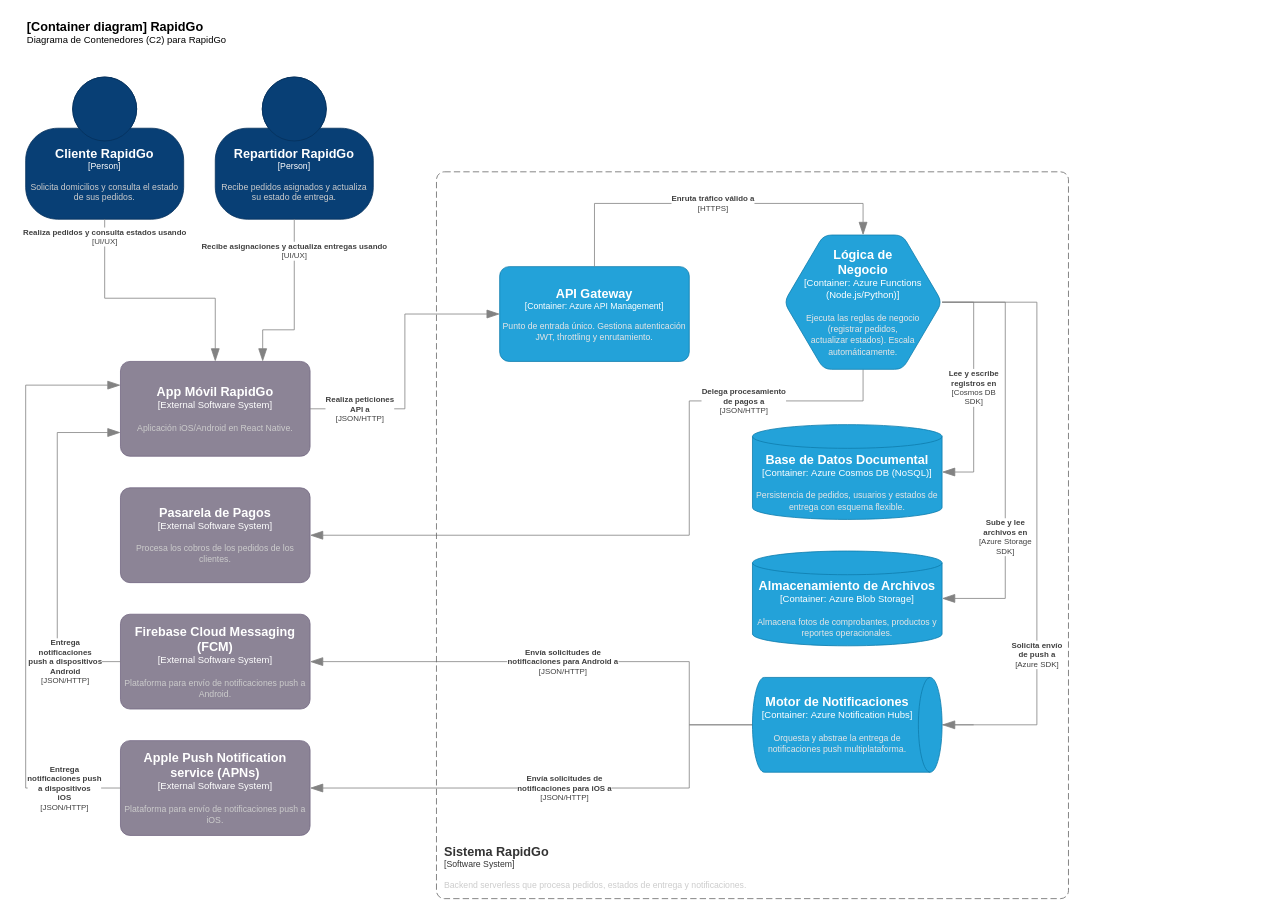
The draw.io diagram page "C2 - Container diagram" (2 of 3) of assets/C4_Diagrams.drawio in AlejoBarriosDev/tdea-2026-01-cloud-computing, before the edit. Source tidied: cells renumbered, new cells numbered last; positions are measured from the earlier drawing's top-left corner, leaving out a move shared by most shapes. Both pictures are drawn from the tidied source at 79%, with x=0, y=0 at pixel (25, 13).
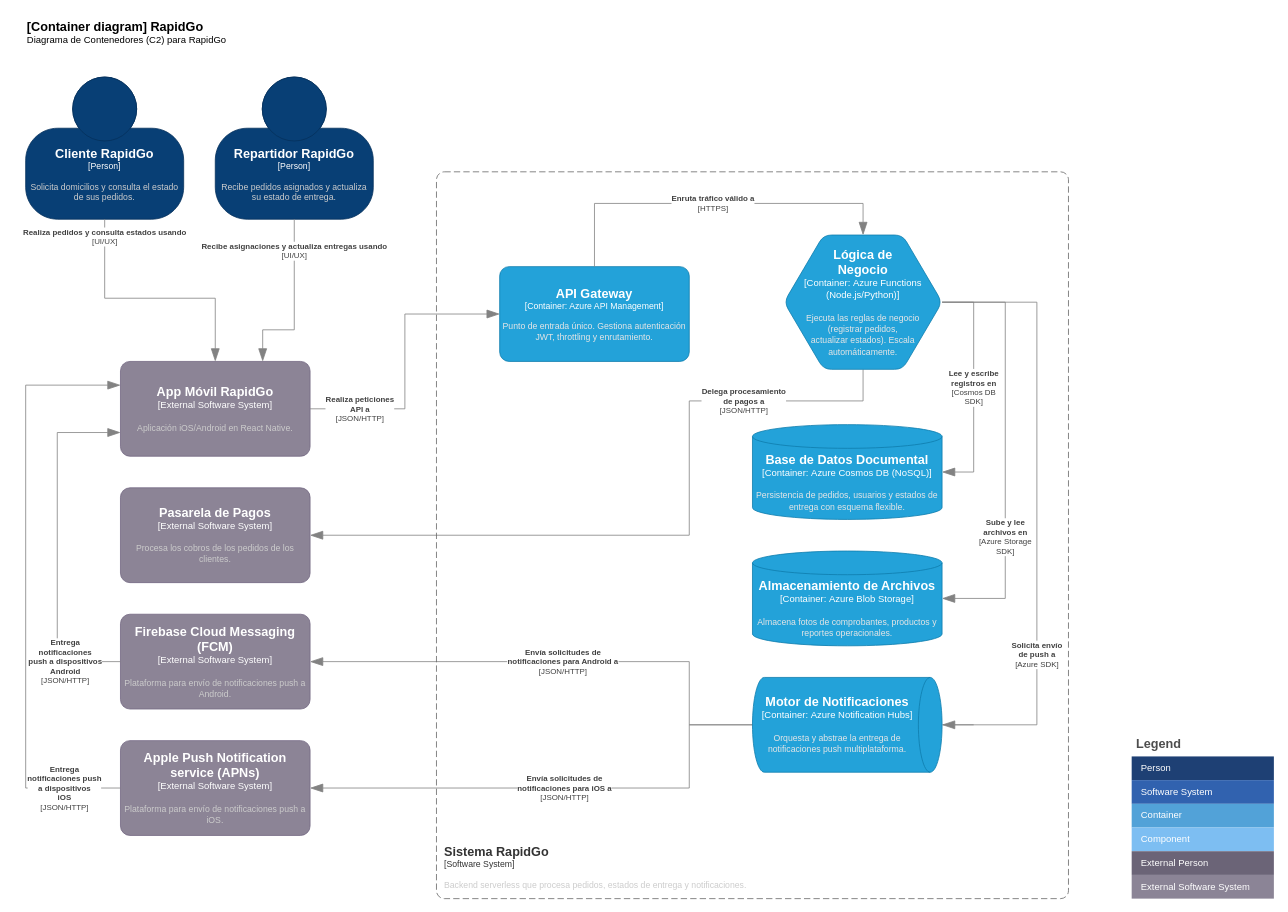
After the change.

Commit message (it also covers changes not shown here):
feat: add component diagrams (C1, C2, C3) and update README

The edit, as a diff of the source:
```diff
@@
+    <mxCell id="27" value="Legend" style="shape=table;startSize=30;childLayout=tableLayout;fontSize=16;align=left;verticalAlign=top;fillColor=none;strokeColor=none;fontColor=#4D4D4D;fontStyle=1;spacingLeft=6;spacing=0;" parent="1" vertex="1">
+      <mxGeometry x="1400" y="910" width="180" height="210" as="geometry" />
+    </mxCell>
+    <mxCell id="28" style="shape=tableRow;horizontal=0;startSize=0;swimlaneHead=0;swimlaneBody=0;strokeColor=inherit;top=0;left=0;bottom=0;right=0;fillColor=none;fontSize=12;" parent="27" vertex="1">
+      <mxGeometry y="30" width="180" height="30" as="geometry" />
+    </mxCell>
+    <mxCell id="29" value="Person" style="shape=partialRectangle;html=1;whiteSpace=wrap;strokeColor=inherit;overflow=hidden;fillColor=#1E4074;top=0;left=0;bottom=0;right=0;fontSize=12;align=left;fontColor=#FFFFFF;gradientColor=none;spacingLeft=10;spacingRight=4;" parent="28" vertex="1">
+      <mxGeometry width="180" height="30" as="geometry" />
+    </mxCell>
+    <mxCell id="30" style="shape=tableRow;horizontal=0;startSize=0;swimlaneHead=0;swimlaneBody=0;strokeColor=inherit;top=0;left=0;bottom=0;right=0;fillColor=none;fontSize=12;" parent="27" vertex="1">
+      <mxGeometry y="60" width="180" height="30" as="geometry" />
+    </mxCell>
+    <mxCell id="31" value="Software System" style="shape=partialRectangle;html=1;whiteSpace=wrap;strokeColor=inherit;overflow=hidden;fillColor=#3162AF;top=0;left=0;bottom=0;right=0;fontSize=12;align=left;fontColor=#FFFFFF;gradientColor=none;spacingLeft=10;spacingRight=4;" parent="30" vertex="1">
+      <mxGeometry width="180" height="30" as="geometry" />
+    </mxCell>
+    <mxCell id="32" style="shape=tableRow;horizontal=0;startSize=0;swimlaneHead=0;swimlaneBody=0;strokeColor=inherit;top=0;left=0;bottom=0;right=0;fillColor=none;fontSize=12;" parent="27" vertex="1">
+      <mxGeometry y="90" width="180" height="30" as="geometry" />
+    </mxCell>
+    <mxCell id="33" value="Container" style="shape=partialRectangle;html=1;whiteSpace=wrap;strokeColor=inherit;overflow=hidden;fillColor=#52a2d8;top=0;left=0;bottom=0;right=0;fontSize=12;align=left;fontColor=#FFFFFF;gradientColor=none;spacingLeft=10;spacingRight=4;" parent="32" vertex="1">
+      <mxGeometry width="180" height="30" as="geometry" />
+    </mxCell>
+    <mxCell id="34" style="shape=tableRow;horizontal=0;startSize=0;swimlaneHead=0;swimlaneBody=0;strokeColor=inherit;top=0;left=0;bottom=0;right=0;fillColor=none;fontSize=12;" parent="27" vertex="1">
+      <mxGeometry y="120" width="180" height="30" as="geometry" />
+    </mxCell>
+    <mxCell id="35" value="Component" style="shape=partialRectangle;html=1;whiteSpace=wrap;strokeColor=inherit;overflow=hidden;fillColor=#7dbef2;top=0;left=0;bottom=0;right=0;fontSize=12;align=left;fontColor=#FFFFFF;gradientColor=none;spacingLeft=10;spacingRight=4;" parent="34" vertex="1">
+      <mxGeometry width="180" height="30" as="geometry" />
+    </mxCell>
+    <mxCell id="36" style="shape=tableRow;horizontal=0;startSize=0;swimlaneHead=0;swimlaneBody=0;strokeColor=inherit;top=0;left=0;bottom=0;right=0;fillColor=none;fontSize=12;" parent="27" vertex="1">
+      <mxGeometry y="150" width="180" height="30" as="geometry" />
+    </mxCell>
+    <mxCell id="37" value="External Person" style="shape=partialRectangle;html=1;whiteSpace=wrap;strokeColor=inherit;overflow=hidden;fillColor=#6b6477;top=0;left=0;bottom=0;right=0;fontSize=12;align=left;fontColor=#FFFFFF;gradientColor=none;spacingLeft=10;spacingRight=4;" parent="36" vertex="1">
+      <mxGeometry width="180" height="30" as="geometry" />
+    </mxCell>
+    <mxCell id="38" style="shape=tableRow;horizontal=0;startSize=0;swimlaneHead=0;swimlaneBody=0;strokeColor=inherit;top=0;left=0;bottom=0;right=0;fillColor=none;fontSize=12;" parent="27" vertex="1">
+      <mxGeometry y="180" width="180" height="30" as="geometry" />
+    </mxCell>
+    <mxCell id="39" value="External Software System" style="shape=partialRectangle;html=1;whiteSpace=wrap;strokeColor=inherit;overflow=hidden;fillColor=#8b8496;top=0;left=0;bottom=0;right=0;fontSize=12;align=left;fontColor=#FFFFFF;gradientColor=none;spacingLeft=10;spacingRight=4;" parent="38" vertex="1">
+      <mxGeometry width="180" height="30" as="geometry" />
+    </mxCell>
```
